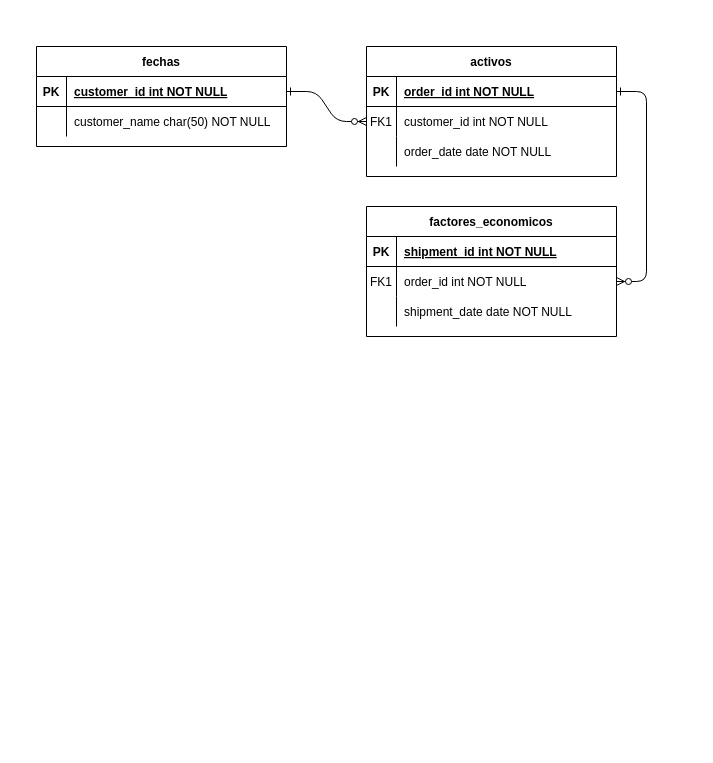
Above: ERD_bitcoin_gold.drawio in cohet3/Diagramas (draw.io), before the change. Source tidied: cells renumbered, new cells numbered last; positions are measured from the earlier drawing's top-left corner, leaving out a move shared by most shapes. Both pictures are drawn from the tidied source at 100%, with x=0, y=0 at pixel (36, 46).
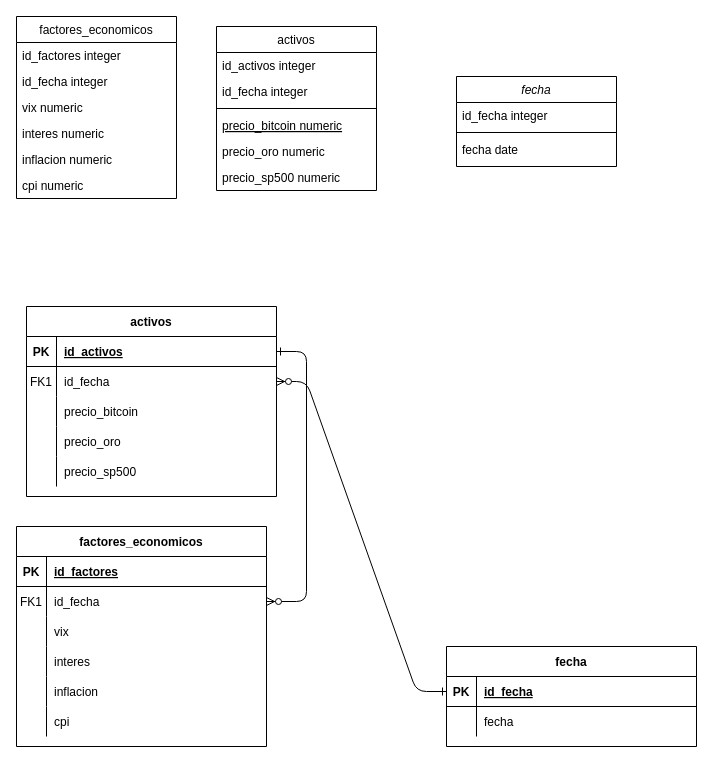
The same page after the edit.

Unchanged cells that the change refers to:
```xml
<mxCell id="5" style="shape=partialRectangle;fillColor=none;points=[[0,0.5],[1,0.5]];portConstraint=eastwest;top=0;left=0;right=0;bottom=1;" parent="4" vertex="1">
  <mxGeometry y="30" width="250" height="30" as="geometry" />
</mxCell>
<mxCell id="8" style="shape=partialRectangle;fillColor=none;points=[[0,0.5],[1,0.5]];portConstraint=eastwest;top=0;left=0;right=0;bottom=0;" parent="4" vertex="1">
  <mxGeometry y="60" width="250" height="30" as="geometry" />
</mxCell>
<mxCell id="11" style="shape=partialRectangle;fillColor=none;top=0;left=0;right=0;bottom=0;" parent="4" vertex="1">
  <mxGeometry y="90" width="250" height="30" as="geometry" />
</mxCell>
```

The edit, as a diff of the source:
```diff
@@
+    <mxCell id="14" value="factores_economicos" style="shape=table;startSize=30;childLayout=tableLayout;rowLines=0;fontStyle=1;align=center;" parent="1" vertex="1">
+      <mxGeometry x="-20" y="480" width="250" height="220" as="geometry" />
+    </mxCell>
+    <mxCell id="15" style="shape=partialRectangle;fillColor=none;top=0;left=0;right=0;bottom=1;" parent="14" vertex="1">
+      <mxGeometry y="30" width="250" height="30" as="geometry" />
+    </mxCell>
+    <mxCell id="16" value="PK" style="shape=partialRectangle;overflow=hidden;fillColor=none;top=0;left=0;bottom=0;right=0;fontStyle=1;" parent="15" vertex="1">
+      <mxGeometry width="30" height="30" as="geometry" />
+    </mxCell>
+    <mxCell id="17" value="id_factores" style="shape=partialRectangle;overflow=hidden;fillColor=none;top=0;left=0;bottom=0;right=0;align=left;spacingLeft=6;fontStyle=5;" parent="15" vertex="1">
+      <mxGeometry x="30" width="220" height="30" as="geometry" />
+    </mxCell>
+    <mxCell id="18" style="shape=partialRectangle;fillColor=none;points=[[0,0.5],[1,0.5]];portConstraint=eastwest;top=0;left=0;right=0;bottom=0;" parent="14" vertex="1">
+      <mxGeometry y="60" width="250" height="30" as="geometry" />
+    </mxCell>
+    <mxCell id="19" value="FK1" style="shape=partialRectangle;overflow=hidden;fillColor=none;top=0;left=0;bottom=0;right=0;" parent="18" vertex="1">
+      <mxGeometry width="30" height="30" as="geometry" />
+    </mxCell>
+    <mxCell id="20" value="id_fecha" style="shape=partialRectangle;overflow=hidden;fillColor=none;top=0;left=0;bottom=0;right=0;align=left;spacingLeft=6;" parent="18" vertex="1">
+      <mxGeometry x="30" width="220" height="30" as="geometry" />
+    </mxCell>
+    <mxCell id="21" style="shape=partialRectangle;fillColor=none;top=0;left=0;right=0;bottom=0;" parent="14" vertex="1">
+      <mxGeometry y="90" width="250" height="30" as="geometry" />
+    </mxCell>
+    <mxCell id="22" style="shape=partialRectangle;overflow=hidden;fillColor=none;top=0;left=0;bottom=0;right=0;" parent="21" vertex="1">
+      <mxGeometry width="30" height="30" as="geometry" />
+    </mxCell>
+    <mxCell id="23" value="vix" style="shape=partialRectangle;overflow=hidden;fillColor=none;top=0;left=0;bottom=0;right=0;align=left;spacingLeft=6;" parent="21" vertex="1">
+      <mxGeometry x="30" width="220" height="30" as="geometry" />
+    </mxCell>
+    <mxCell id="31" style="shape=partialRectangle;fillColor=none;top=0;left=0;right=0;bottom=0;" parent="14" vertex="1">
+      <mxGeometry y="120" width="250" height="30" as="geometry" />
+    </mxCell>
+    <mxCell id="32" style="shape=partialRectangle;overflow=hidden;fillColor=none;top=0;left=0;bottom=0;right=0;" parent="31" vertex="1">
+      <mxGeometry width="30" height="30" as="geometry" />
+    </mxCell>
+    <mxCell id="33" value="interes" style="shape=partialRectangle;overflow=hidden;fillColor=none;top=0;left=0;bottom=0;right=0;align=left;spacingLeft=6;" parent="31" vertex="1">
+      <mxGeometry x="30" width="220" height="30" as="geometry" />
+    </mxCell>
+    <mxCell id="34" style="shape=partialRectangle;fillColor=none;top=0;left=0;right=0;bottom=0;" parent="14" vertex="1">
+      <mxGeometry y="150" width="250" height="30" as="geometry" />
+    </mxCell>
+    <mxCell id="35" style="shape=partialRectangle;overflow=hidden;fillColor=none;top=0;left=0;bottom=0;right=0;" parent="34" vertex="1">
+      <mxGeometry width="30" height="30" as="geometry" />
+    </mxCell>
+    <mxCell id="36" value="inflacion" style="shape=partialRectangle;overflow=hidden;fillColor=none;top=0;left=0;bottom=0;right=0;align=left;spacingLeft=6;" parent="34" vertex="1">
+      <mxGeometry x="30" width="220" height="30" as="geometry" />
+    </mxCell>
+    <mxCell id="37" style="shape=partialRectangle;fillColor=none;top=0;left=0;right=0;bottom=0;" parent="14" vertex="1">
+      <mxGeometry y="180" width="250" height="30" as="geometry" />
+    </mxCell>
+    <mxCell id="38" style="shape=partialRectangle;overflow=hidden;fillColor=none;top=0;left=0;bottom=0;right=0;" parent="37" vertex="1">
+      <mxGeometry width="30" height="30" as="geometry" />
+    </mxCell>
+    <mxCell id="39" value="cpi" style="shape=partialRectangle;overflow=hidden;fillColor=none;top=0;left=0;bottom=0;right=0;align=left;spacingLeft=6;" parent="37" vertex="1">
+      <mxGeometry x="30" width="220" height="30" as="geometry" />
+    </mxCell>
+    <mxCell id="24" value="fecha" style="shape=table;startSize=30;childLayout=tableLayout;rowLines=0;fontStyle=1;align=center;" parent="1" vertex="1">
+      <mxGeometry x="410" y="600" width="250" height="100" as="geometry" />
+    </mxCell>
+    <mxCell id="25" style="shape=partialRectangle;fillColor=none;points=[[0,0.5],[1,0.5]];portConstraint=eastwest;top=0;left=0;right=0;bottom=1;" parent="24" vertex="1">
+      <mxGeometry y="30" width="250" height="30" as="geometry" />
+    </mxCell>
+    <mxCell id="26" value="PK" style="shape=partialRectangle;overflow=hidden;fillColor=none;top=0;left=0;bottom=0;right=0;fontStyle=1;" parent="25" vertex="1">
+      <mxGeometry width="30" height="30" as="geometry" />
+    </mxCell>
+    <mxCell id="27" value="id_fecha" style="shape=partialRectangle;overflow=hidden;fillColor=none;top=0;left=0;bottom=0;right=0;align=left;spacingLeft=6;fontStyle=5;" parent="25" vertex="1">
+      <mxGeometry x="30" width="220" height="30" as="geometry" />
+    </mxCell>
+    <mxCell id="28" style="shape=partialRectangle;fillColor=none;top=0;left=0;right=0;bottom=0;" parent="24" vertex="1">
+      <mxGeometry y="60" width="250" height="30" as="geometry" />
+    </mxCell>
+    <mxCell id="29" style="shape=partialRectangle;overflow=hidden;fillColor=none;top=0;left=0;bottom=0;right=0;" parent="28" vertex="1">
+      <mxGeometry width="30" height="30" as="geometry" />
+    </mxCell>
+    <mxCell id="30" value="fecha" style="shape=partialRectangle;overflow=hidden;fillColor=none;top=0;left=0;bottom=0;right=0;align=left;spacingLeft=6;" parent="28" vertex="1">
+      <mxGeometry x="30" width="220" height="30" as="geometry" />
+    </mxCell>
     <mxCell id="4" value="activos" style="shape=table;startSize=30;childLayout=tableLayout;rowLines=0;fontStyle=1;align=center;" parent="1" vertex="1">
-      <mxGeometry x="330" width="250" height="130" as="geometry" />
+      <mxGeometry x="-10" y="260" width="250" height="190" as="geometry" />
     </mxCell>
@@
-    <mxCell id="7" value="order_id int NOT NULL " style="shape=partialRectangle;overflow=hidden;fillColor=none;top=0;left=0;bottom=0;right=0;align=left;spacingLeft=6;fontStyle=5;" parent="5" vertex="1">
+    <mxCell id="7" value="id_activos" style="shape=partialRectangle;overflow=hidden;fillColor=none;top=0;left=0;bottom=0;right=0;align=left;spacingLeft=6;fontStyle=5;" parent="5" vertex="1">
       <mxGeometry x="30" width="220" height="30" as="geometry" />
     </mxCell>
@@
-    <mxCell id="10" value="customer_id int NOT NULL" style="shape=partialRectangle;overflow=hidden;fillColor=none;top=0;left=0;bottom=0;right=0;align=left;spacingLeft=6;" parent="8" vertex="1">
+    <mxCell id="10" value="id_fecha" style="shape=partialRectangle;overflow=hidden;fillColor=none;top=0;left=0;bottom=0;right=0;align=left;spacingLeft=6;" parent="8" vertex="1">
       <mxGeometry x="30" width="220" height="30" as="geometry" />
     </mxCell>
@@
-    <mxCell id="13" value="order_date date NOT NULL" style="shape=partialRectangle;overflow=hidden;fillColor=none;top=0;left=0;bottom=0;right=0;align=left;spacingLeft=6;" parent="11" vertex="1">
+    <mxCell id="13" value="precio_bitcoin" style="shape=partialRectangle;overflow=hidden;fillColor=none;top=0;left=0;bottom=0;right=0;align=left;spacingLeft=6;" parent="11" vertex="1">
       <mxGeometry x="30" width="220" height="30" as="geometry" />
     </mxCell>
-    <mxCell id="14" value="factores_economicos" style="shape=table;startSize=30;childLayout=tableLayout;rowLines=0;fontStyle=1;align=center;" parent="1" vertex="1">
-      <mxGeometry x="330" y="160" width="250" height="130" as="geometry" />
-    </mxCell>
-    <mxCell id="15" style="shape=partialRectangle;fillColor=none;top=0;left=0;right=0;bottom=1;" parent="14" vertex="1">
-      <mxGeometry y="30" width="250" height="30" as="geometry" />
-    </mxCell>
-    <mxCell id="16" value="PK" style="shape=partialRectangle;overflow=hidden;fillColor=none;top=0;left=0;bottom=0;right=0;fontStyle=1;" parent="15" vertex="1">
-      <mxGeometry width="30" height="30" as="geometry" />
-    </mxCell>
-    <mxCell id="17" value="shipment_id int NOT NULL " style="shape=partialRectangle;overflow=hidden;fillColor=none;top=0;left=0;bottom=0;right=0;align=left;spacingLeft=6;fontStyle=5;" parent="15" vertex="1">
-      <mxGeometry x="30" width="220" height="30" as="geometry" />
-    </mxCell>
-    <mxCell id="18" style="shape=partialRectangle;fillColor=none;points=[[0,0.5],[1,0.5]];portConstraint=eastwest;top=0;left=0;right=0;bottom=0;" parent="14" vertex="1">
-      <mxGeometry y="60" width="250" height="30" as="geometry" />
-    </mxCell>
-    <mxCell id="19" value="FK1" style="shape=partialRectangle;overflow=hidden;fillColor=none;top=0;left=0;bottom=0;right=0;" parent="18" vertex="1">
-      <mxGeometry width="30" height="30" as="geometry" />
-    </mxCell>
-    <mxCell id="20" value="order_id int NOT NULL" style="shape=partialRectangle;overflow=hidden;fillColor=none;top=0;left=0;bottom=0;right=0;align=left;spacingLeft=6;" parent="18" vertex="1">
-      <mxGeometry x="30" width="220" height="30" as="geometry" />
-    </mxCell>
-    <mxCell id="21" style="shape=partialRectangle;fillColor=none;top=0;left=0;right=0;bottom=0;" parent="14" vertex="1">
-      <mxGeometry y="90" width="250" height="30" as="geometry" />
-    </mxCell>
-    <mxCell id="22" style="shape=partialRectangle;overflow=hidden;fillColor=none;top=0;left=0;bottom=0;right=0;" parent="21" vertex="1">
-      <mxGeometry width="30" height="30" as="geometry" />
-    </mxCell>
-    <mxCell id="23" value="shipment_date date NOT NULL" style="shape=partialRectangle;overflow=hidden;fillColor=none;top=0;left=0;bottom=0;right=0;align=left;spacingLeft=6;" parent="21" vertex="1">
-      <mxGeometry x="30" width="220" height="30" as="geometry" />
-    </mxCell>
-    <mxCell id="24" value="fechas" style="shape=table;startSize=30;childLayout=tableLayout;rowLines=0;fontStyle=1;align=center;" parent="1" vertex="1">
-      <mxGeometry width="250" height="100" as="geometry" />
-    </mxCell>
-    <mxCell id="25" style="shape=partialRectangle;fillColor=none;points=[[0,0.5],[1,0.5]];portConstraint=eastwest;top=0;left=0;right=0;bottom=1;" parent="24" vertex="1">
-      <mxGeometry y="30" width="250" height="30" as="geometry" />
-    </mxCell>
-    <mxCell id="26" value="PK" style="shape=partialRectangle;overflow=hidden;fillColor=none;top=0;left=0;bottom=0;right=0;fontStyle=1;" parent="25" vertex="1">
-      <mxGeometry width="30" height="30" as="geometry" />
-    </mxCell>
-    <mxCell id="27" value="customer_id int NOT NULL " style="shape=partialRectangle;overflow=hidden;fillColor=none;top=0;left=0;bottom=0;right=0;align=left;spacingLeft=6;fontStyle=5;" parent="25" vertex="1">
-      <mxGeometry x="30" width="220" height="30" as="geometry" />
-    </mxCell>
-    <mxCell id="28" style="shape=partialRectangle;fillColor=none;top=0;left=0;right=0;bottom=0;" parent="24" vertex="1">
-      <mxGeometry y="60" width="250" height="30" as="geometry" />
-    </mxCell>
-    <mxCell id="29" style="shape=partialRectangle;overflow=hidden;fillColor=none;top=0;left=0;bottom=0;right=0;" parent="28" vertex="1">
-      <mxGeometry width="30" height="30" as="geometry" />
-    </mxCell>
-    <mxCell id="30" value="customer_name char(50) NOT NULL" style="shape=partialRectangle;overflow=hidden;fillColor=none;top=0;left=0;bottom=0;right=0;align=left;spacingLeft=6;" parent="28" vertex="1">
-      <mxGeometry x="30" width="220" height="30" as="geometry" />
-    </mxCell>
+    <mxCell id="40" style="shape=partialRectangle;fillColor=none;top=0;left=0;right=0;bottom=0;" parent="4" vertex="1">
+      <mxGeometry y="120" width="250" height="30" as="geometry" />
+    </mxCell>
+    <mxCell id="41" style="shape=partialRectangle;overflow=hidden;fillColor=none;top=0;left=0;bottom=0;right=0;" parent="40" vertex="1">
+      <mxGeometry width="30" height="30" as="geometry" />
+    </mxCell>
+    <mxCell id="42" value="precio_oro" style="shape=partialRectangle;overflow=hidden;fillColor=none;top=0;left=0;bottom=0;right=0;align=left;spacingLeft=6;" parent="40" vertex="1">
+      <mxGeometry x="30" width="220" height="30" as="geometry" />
+    </mxCell>
+    <mxCell id="43" style="shape=partialRectangle;fillColor=none;top=0;left=0;right=0;bottom=0;" parent="4" vertex="1">
+      <mxGeometry y="150" width="250" height="30" as="geometry" />
+    </mxCell>
+    <mxCell id="44" style="shape=partialRectangle;overflow=hidden;fillColor=none;top=0;left=0;bottom=0;right=0;" parent="43" vertex="1">
+      <mxGeometry width="30" height="30" as="geometry" />
+    </mxCell>
+    <mxCell id="45" value="precio_sp500" style="shape=partialRectangle;overflow=hidden;fillColor=none;top=0;left=0;bottom=0;right=0;align=left;spacingLeft=6;" parent="43" vertex="1">
+      <mxGeometry x="30" width="220" height="30" as="geometry" />
+    </mxCell>
+    <mxCell id="46" value="factores_economicos&#10;" style="swimlane;fontStyle=0;align=center;verticalAlign=top;horizontal=1;startSize=26;rounded=0;shadow=0;strokeWidth=1;" parent="1" vertex="1">
+      <mxGeometry x="-20" y="-30" width="160" height="182" as="geometry" />
+    </mxCell>
+    <mxCell id="47" value="id_factores integer" style="text;align=left;verticalAlign=top;spacingLeft=4;spacingRight=4;overflow=hidden;" parent="46" vertex="1">
+      <mxGeometry y="26" width="160" height="26" as="geometry" />
+    </mxCell>
+    <mxCell id="48" value="id_fecha integer" style="text;align=left;verticalAlign=top;spacingLeft=4;spacingRight=4;overflow=hidden;rounded=0;shadow=0;html=0;" parent="46" vertex="1">
+      <mxGeometry y="52" width="160" height="26" as="geometry" />
+    </mxCell>
+    <mxCell id="49" value="vix numeric" style="text;align=left;verticalAlign=top;spacingLeft=4;spacingRight=4;overflow=hidden;rounded=0;shadow=0;html=0;" parent="46" vertex="1">
+      <mxGeometry y="78" width="160" height="26" as="geometry" />
+    </mxCell>
+    <mxCell id="50" value="interes numeric" style="text;align=left;verticalAlign=top;spacingLeft=4;spacingRight=4;overflow=hidden;rounded=0;shadow=0;html=0;" parent="46" vertex="1">
+      <mxGeometry y="104" width="160" height="26" as="geometry" />
+    </mxCell>
+    <mxCell id="51" value="inflacion numeric" style="text;align=left;verticalAlign=top;spacingLeft=4;spacingRight=4;overflow=hidden;rounded=0;shadow=0;html=0;" parent="46" vertex="1">
+      <mxGeometry y="130" width="160" height="26" as="geometry" />
+    </mxCell>
+    <mxCell id="52" value="cpi numeric" style="text;align=left;verticalAlign=top;spacingLeft=4;spacingRight=4;overflow=hidden;rounded=0;shadow=0;html=0;" parent="46" vertex="1">
+      <mxGeometry y="156" width="160" height="26" as="geometry" />
+    </mxCell>
+    <mxCell id="53" value="activos" style="swimlane;fontStyle=0;align=center;verticalAlign=top;horizontal=1;startSize=26;rounded=0;shadow=0;strokeWidth=1;" parent="1" vertex="1">
+      <mxGeometry x="180" y="-20" width="160" height="164" as="geometry" />
+    </mxCell>
+    <mxCell id="54" value="id_activos integer" style="text;align=left;verticalAlign=top;spacingLeft=4;spacingRight=4;overflow=hidden;" parent="53" vertex="1">
+      <mxGeometry y="26" width="160" height="26" as="geometry" />
+    </mxCell>
+    <mxCell id="55" value="id_fecha integer" style="text;align=left;verticalAlign=top;spacingLeft=4;spacingRight=4;overflow=hidden;rounded=0;shadow=0;html=0;" parent="53" vertex="1">
+      <mxGeometry y="52" width="160" height="26" as="geometry" />
+    </mxCell>
+    <mxCell id="56" style="line;html=1;strokeWidth=1;align=left;verticalAlign=middle;spacingTop=-1;spacingLeft=3;spacingRight=3;labelPosition=right;" parent="53" vertex="1">
+      <mxGeometry y="78" width="160" height="8" as="geometry" />
+    </mxCell>
+    <mxCell id="57" value="precio_bitcoin numeric" style="text;align=left;verticalAlign=top;spacingLeft=4;spacingRight=4;overflow=hidden;fontStyle=4;" parent="53" vertex="1">
+      <mxGeometry y="86" width="160" height="26" as="geometry" />
+    </mxCell>
+    <mxCell id="58" value="precio_oro numeric" style="text;align=left;verticalAlign=top;spacingLeft=4;spacingRight=4;overflow=hidden;" parent="53" vertex="1">
+      <mxGeometry y="112" width="160" height="26" as="geometry" />
+    </mxCell>
+    <mxCell id="59" value="precio_sp500 numeric" style="text;align=left;verticalAlign=top;spacingLeft=4;spacingRight=4;overflow=hidden;" parent="53" vertex="1">
+      <mxGeometry y="138" width="160" height="26" as="geometry" />
+    </mxCell>
+    <mxCell id="60" value="fecha" style="swimlane;fontStyle=2;align=center;verticalAlign=top;horizontal=1;startSize=26;rounded=0;shadow=0;strokeWidth=1;" parent="1" vertex="1">
+      <mxGeometry x="420" y="30" width="160" height="90" as="geometry" />
+    </mxCell>
+    <mxCell id="61" value="id_fecha integer" style="text;align=left;verticalAlign=top;spacingLeft=4;spacingRight=4;overflow=hidden;" parent="60" vertex="1">
+      <mxGeometry y="26" width="160" height="26" as="geometry" />
+    </mxCell>
+    <mxCell id="62" style="line;html=1;strokeWidth=1;align=left;verticalAlign=middle;spacingTop=-1;spacingLeft=3;spacingRight=3;labelPosition=right;" parent="60" vertex="1">
+      <mxGeometry y="52" width="160" height="8" as="geometry" />
+    </mxCell>
+    <mxCell id="63" value="fecha date" style="text;align=left;verticalAlign=top;spacingLeft=4;spacingRight=4;overflow=hidden;" parent="60" vertex="1">
+      <mxGeometry y="60" width="160" height="26" as="geometry" />
+    </mxCell>
```
